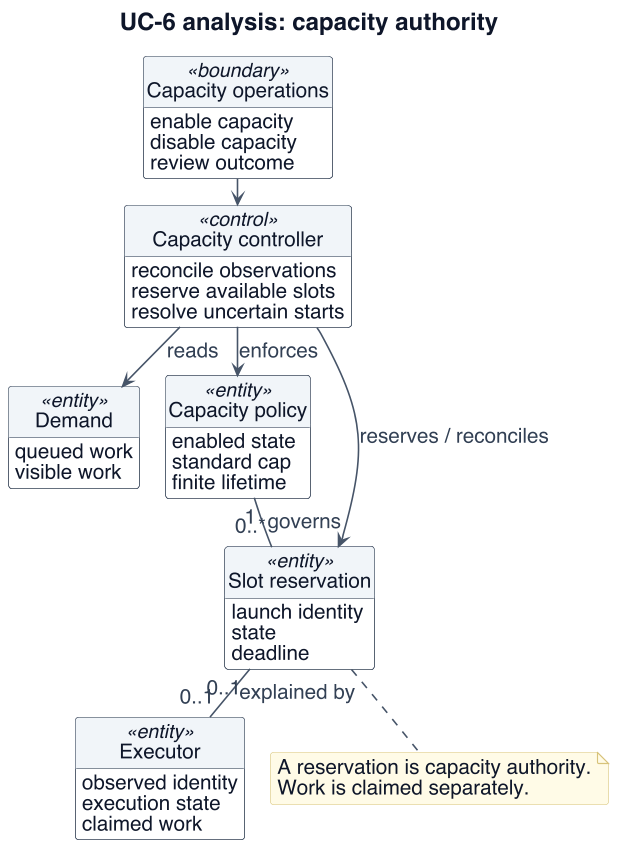
Earlier version of the PlantUML export project-documentation/final-report/figures/uc6-analysis-class.png (Collaboration95/dc2). Its diagram source:
```plantuml
@startuml
!include _style.iuml
skinparam defaultFontSize 20
skinparam ArrowFontSize 18
skinparam classAttributeFontSize 18
skinparam ClassStereotypeFontSize 17
skinparam NoteFontSize 18
skinparam titleFontSize 21
skinparam BoxPadding 8
skinparam maxMessageSize 230
skinparam nodesep 22
skinparam ranksep 22
skinparam sequenceMessageAlign left
hide footbox
hide circle
title UC-6 analysis: capacity authority
top to bottom direction
class "Capacity operations" as ops <<boundary>> {
 enable capacity
 disable capacity
 review outcome
}
class "Capacity controller" as ctl <<control>> {
 reconcile observations
 reserve available slots
 resolve uncertain starts
}
class "Demand" as demand <<entity>> {
 queued work
 visible work
}
class "Capacity policy" as policy <<entity>> {
 enabled state
 standard cap
 finite lifetime
}
class "Slot reservation" as slot <<entity>> {
 launch identity
 state
 deadline
}
class "Executor" as executor <<entity>> {
 observed identity
 execution state
 claimed work
}
ops --> ctl
ctl --> demand : reads
ctl --> policy : enforces
policy "1" -- "0..*" slot : governs
ctl --> slot : reserves / reconciles
slot "0..1" -- "0..1" executor : explained by
note bottom of slot
 A reservation is capacity authority.
 Work is claimed separately.
end note
@enduml
```
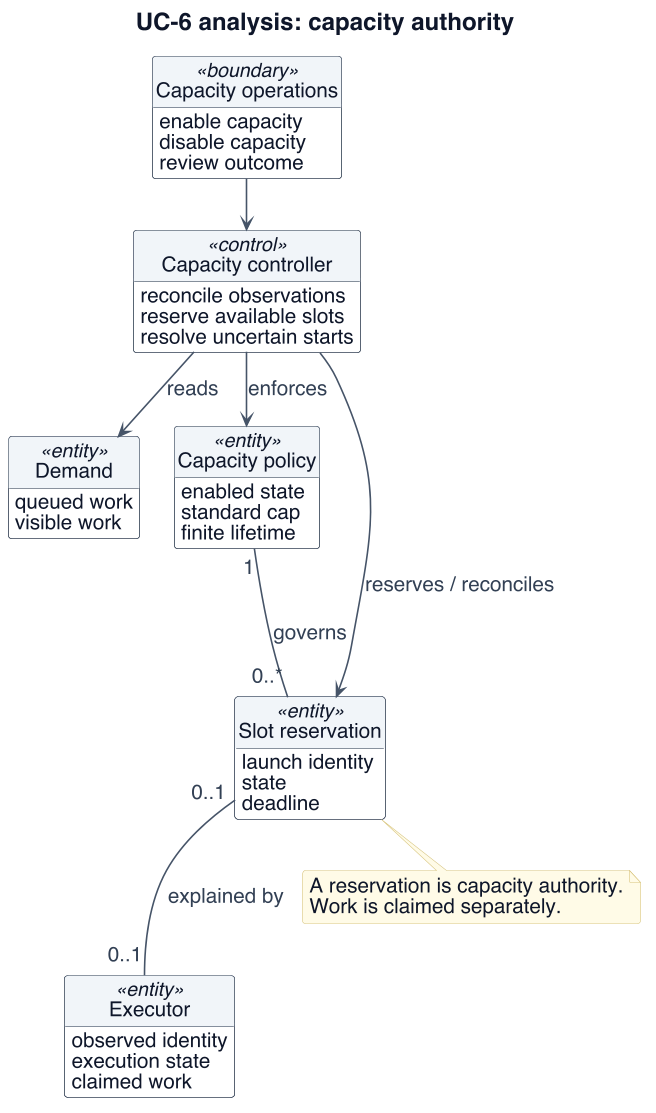
The same diagram one commit later.

The edit, as a diff of the source:
```diff
@@ -8,8 +8,8 @@
 skinparam titleFontSize 21
 skinparam BoxPadding 8
 skinparam maxMessageSize 230
-skinparam nodesep 22
-skinparam ranksep 22
+skinparam nodesep 30
+skinparam ranksep 44
 skinparam sequenceMessageAlign left
 hide footbox
 hide circle
@@ -47,9 +47,9 @@
 ops --> ctl
 ctl --> demand : reads
 ctl --> policy : enforces
-policy "1" -- "0..*" slot : governs
+policy "1" --- "0..*" slot : governs
 ctl --> slot : reserves / reconciles
-slot "0..1" -- "0..1" executor : explained by
+slot "0..1" --- "0..1" executor : explained by
 note bottom of slot
  A reservation is capacity authority.
  Work is claimed separately.
```
